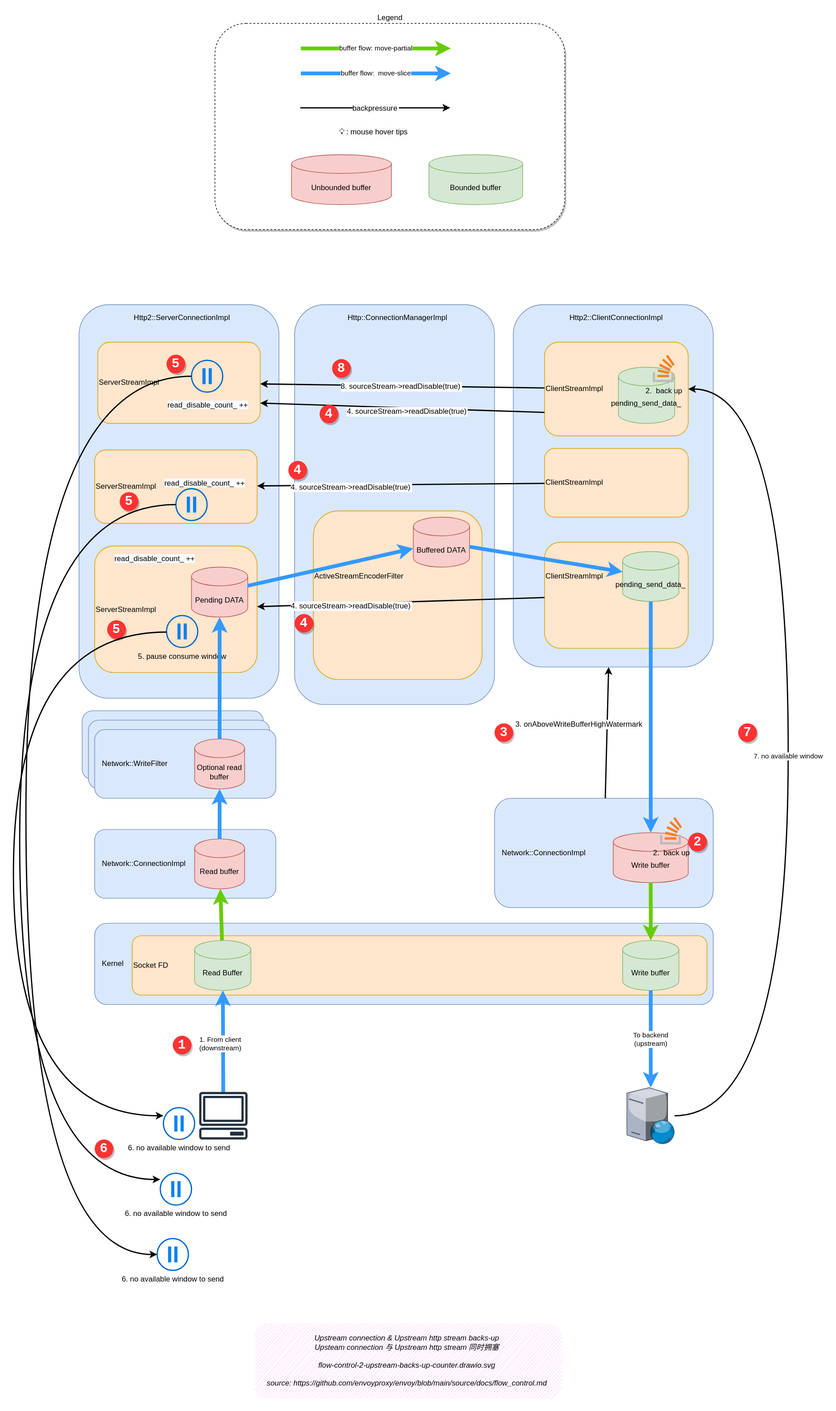
labilezhu/istio-insider keeps this draw.io diagram as docs/source/ch2-envoy/arch/flow-control/flow-control-2-upstream-backs-up-counter.drawio.svg. Above is the earlier version. Source tidied: cells renumbered, new cells last; positions are measured from the earlier drawing's top-left corner, leaving out a move shared by most shapes.
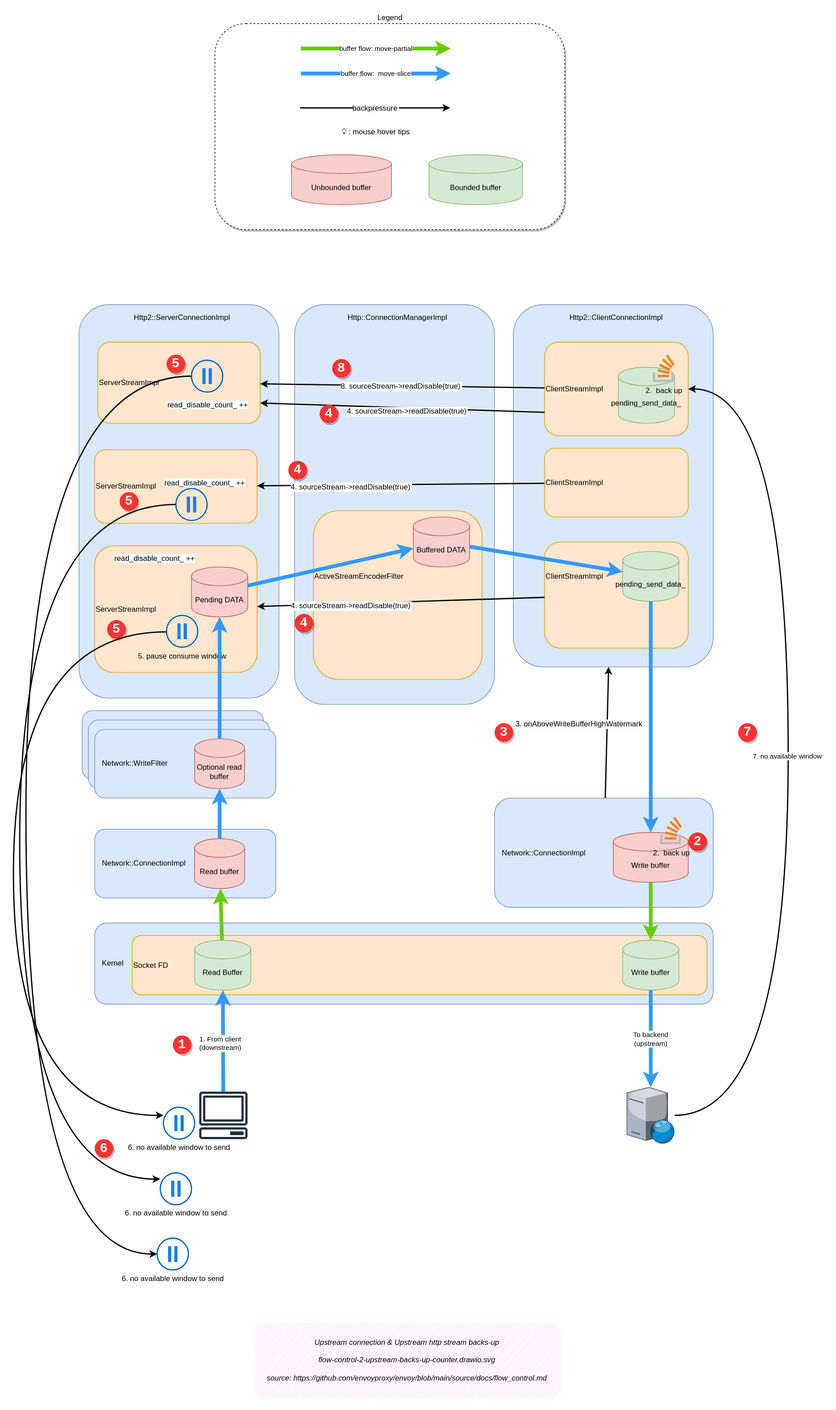
The same file after the commit.

Diff of the diagram source:
```diff
@@ -14,7 +14,7 @@
     <mxCell id="5" value="Ssl::WriteFilter" style="rounded=1;whiteSpace=wrap;html=1;fillColor=#dae8fc;strokeColor=#6c8ebf;align=left;spacingLeft=10;" parent="1" vertex="1">
       <mxGeometry x="120" y="1115" width="290" height="110" as="geometry" />
     </mxCell>
-    <object id="6" label="&lt;font style=&quot;&quot;&gt;Upstream connection &amp;amp; Upstream http stream backs-up&lt;br style=&quot;border-color: var(--border-color);&quot;&gt;Upsteam connection 与 Upstream http stream 同时拥塞&lt;br&gt;&lt;br&gt;%page%&lt;br&gt;&lt;br&gt;source:&amp;nbsp;&lt;a href=&quot;https://github.com/envoyproxy/envoy/blob/main/source/docs/flow_control.md&quot;&gt;https://github.com/envoyproxy/envoy/blob/main/source/docs/flow_control.md&lt;/a&gt;&lt;br&gt;&lt;/font&gt;" a="b" placeholders="1">
+    <object id="6" label="&lt;font style=&quot;&quot;&gt;Upstream connection &amp;amp; Upstream http stream backs-up&lt;br&gt;&lt;br&gt;%page%&lt;br&gt;&lt;br&gt;source:&amp;nbsp;&lt;a href=&quot;https://github.com/envoyproxy/envoy/blob/main/source/docs/flow_control.md&quot;&gt;https://github.com/envoyproxy/envoy/blob/main/source/docs/flow_control.md&lt;/a&gt;&lt;br&gt;&lt;/font&gt;" a="b" placeholders="1">
       <mxCell style="text;html=1;strokeColor=none;fillColor=#FFCCFF;align=center;verticalAlign=middle;whiteSpace=wrap;rounded=1;glass=0;sketch=1;shadow=0;fontStyle=2;fontSize=12;" parent="1" vertex="1">
         <mxGeometry x="385" y="2080" width="490" height="120" as="geometry" />
       </mxCell>
```
